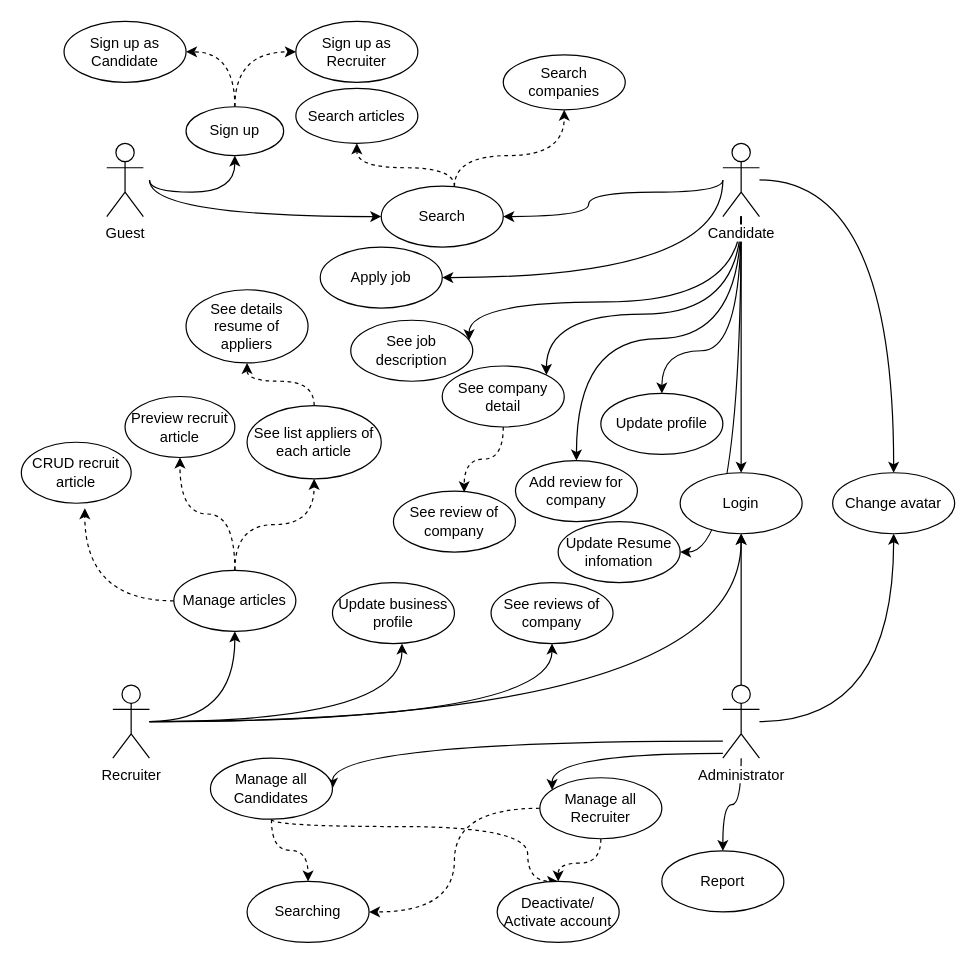
Above: page "Use case diagram" (1 of 7) of Use case Diagram.drawio in vietdqhcmute/DATN (draw.io), before the change. Source tidied: cells renumbered, new cells numbered last; positions are measured from the earlier drawing's top-left corner, leaving out a move shared by most shapes. Both pictures are drawn from the tidied source at 122%, with x=0, y=0 at pixel (21, 21).
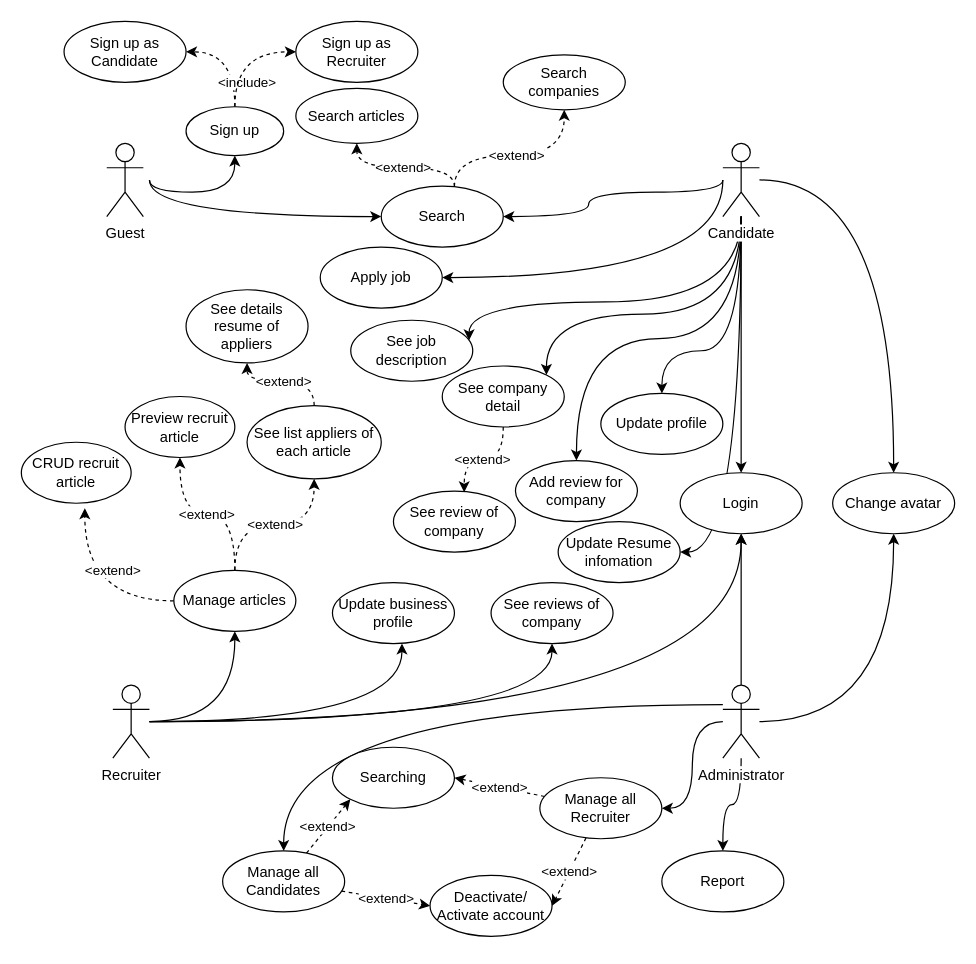
The same diagram, later.

Unchanged cells that the change refers to:
```xml
<mxCell id="20" value="Administrator" style="shape=umlActor;verticalLabelPosition=bottom;labelBackgroundColor=#ffffff;verticalAlign=top;html=1;outlineConnect=0;" parent="1" vertex="1">
  <mxGeometry x="575" y="544" width="30" height="60" as="geometry" />
</mxCell>
<mxCell id="28" value="Sign up" style="ellipse;whiteSpace=wrap;html=1;" parent="1" vertex="1">
  <mxGeometry x="135" y="70" width="80" height="40" as="geometry" />
</mxCell>
<mxCell id="29" value="Sign up as Candidate" style="ellipse;whiteSpace=wrap;html=1;" parent="1" vertex="1">
  <mxGeometry x="35" width="100" height="50" as="geometry" />
</mxCell>
<mxCell id="33" value="Search" style="ellipse;whiteSpace=wrap;html=1;" parent="1" vertex="1">
  <mxGeometry x="295" y="135" width="100" height="50" as="geometry" />
</mxCell>
<mxCell id="34" value="Search articles&lt;br&gt;" style="ellipse;whiteSpace=wrap;html=1;" parent="1" vertex="1">
  <mxGeometry x="225" y="55" width="100" height="45" as="geometry" />
</mxCell>
<mxCell id="35" value="Search companies&lt;br&gt;" style="ellipse;whiteSpace=wrap;html=1;" parent="1" vertex="1">
  <mxGeometry x="395" y="27.5" width="100" height="45" as="geometry" />
</mxCell>
<mxCell id="42" value="Manage all Recruiter" style="ellipse;whiteSpace=wrap;html=1;" parent="1" vertex="1">
  <mxGeometry x="425" y="620" width="100" height="50" as="geometry" />
</mxCell>
<mxCell id="47" value="Manage articles" style="ellipse;whiteSpace=wrap;html=1;" parent="1" vertex="1">
  <mxGeometry x="125" y="450" width="100" height="50" as="geometry" />
</mxCell>
<mxCell id="49" value="CRUD recruit article" style="ellipse;whiteSpace=wrap;html=1;" parent="1" vertex="1">
  <mxGeometry y="345" width="90" height="50" as="geometry" />
</mxCell>
<mxCell id="50" value="Preview recruit article" style="ellipse;whiteSpace=wrap;html=1;" parent="1" vertex="1">
  <mxGeometry x="85" y="307.5" width="90" height="50" as="geometry" />
</mxCell>
<mxCell id="52" value="See list appliers of each article" style="ellipse;whiteSpace=wrap;html=1;" parent="1" vertex="1">
  <mxGeometry x="185" y="315" width="110" height="60" as="geometry" />
</mxCell>
<mxCell id="53" value="See details resume of appliers" style="ellipse;whiteSpace=wrap;html=1;" parent="1" vertex="1">
  <mxGeometry x="135" y="220" width="100" height="60" as="geometry" />
</mxCell>
<mxCell id="57" value="See company detail" style="ellipse;whiteSpace=wrap;html=1;" parent="1" vertex="1">
  <mxGeometry x="345" y="282.5" width="100" height="50" as="geometry" />
</mxCell>
<mxCell id="59" value="See review of company" style="ellipse;whiteSpace=wrap;html=1;" parent="1" vertex="1">
  <mxGeometry x="305" y="385" width="100" height="50" as="geometry" />
</mxCell>
<mxCell id="64" value="Change avatar" style="ellipse;whiteSpace=wrap;html=1;" parent="1" vertex="1">
  <mxGeometry x="665" y="370" width="100" height="50" as="geometry" />
</mxCell>
<mxCell id="65" value="Report" style="ellipse;whiteSpace=wrap;html=1;" parent="1" vertex="1">
  <mxGeometry x="525" y="680" width="100" height="50" as="geometry" />
</mxCell>
```

Diff of the diagram source:
```diff
@@
+    <mxCell id="18" style="edgeStyle=orthogonalEdgeStyle;rounded=0;jettySize=auto;html=1;entryX=0.5;entryY=1;entryDx=0;entryDy=0;curved=1;" parent="1" edge="1" source="20" target="64">
+      <mxGeometry relative="1" as="geometry" />
+    </mxCell>
+    <mxCell id="19" style="edgeStyle=orthogonalEdgeStyle;rounded=0;jettySize=auto;html=1;entryX=0.5;entryY=0;entryDx=0;entryDy=0;curved=1;" parent="1" edge="1" source="20" target="65">
+      <mxGeometry relative="1" as="geometry" />
+    </mxCell>
-    <mxCell id="16" style="edgeStyle=orthogonalEdgeStyle;curved=1;rounded=0;jettySize=auto;html=1;entryX=1;entryY=0.5;entryDx=0;entryDy=0;" parent="1" edge="1" source="20" target="39">
+    <mxCell id="16" style="edgeStyle=orthogonalEdgeStyle;rounded=0;jettySize=auto;html=1;entryX=0.5;entryY=0;entryDx=0;entryDy=0;curved=1;" parent="1" edge="1" source="20" target="39">
       <mxGeometry relative="1" as="geometry">
         <Array as="points">
-          <mxPoint x="255" y="590" />
+          <mxPoint x="215" y="560" />
         </Array>
       </mxGeometry>
     </mxCell>
-    <mxCell id="17" style="edgeStyle=orthogonalEdgeStyle;curved=1;rounded=0;jettySize=auto;html=1;" parent="1" edge="1" source="20" target="42">
-      <mxGeometry relative="1" as="geometry">
-        <Array as="points">
-          <mxPoint x="435" y="600" />
-        </Array>
-      </mxGeometry>
+    <mxCell id="17" style="edgeStyle=orthogonalEdgeStyle;curved=1;rounded=0;jettySize=auto;html=1;entryX=1;entryY=0.5;entryDx=0;entryDy=0;" parent="1" edge="1" source="20" target="42">
+      <mxGeometry relative="1" as="geometry" />
     </mxCell>
-    <mxCell id="18" style="edgeStyle=orthogonalEdgeStyle;rounded=0;jettySize=auto;html=1;entryX=0.5;entryY=1;entryDx=0;entryDy=0;curved=1;" parent="1" edge="1" source="20" target="64">
-      <mxGeometry relative="1" as="geometry" />
-    </mxCell>
-    <mxCell id="19" style="edgeStyle=orthogonalEdgeStyle;rounded=0;jettySize=auto;html=1;entryX=0.5;entryY=0;entryDx=0;entryDy=0;curved=1;" parent="1" edge="1" source="20" target="65">
-      <mxGeometry relative="1" as="geometry" />
-    </mxCell>
@@
-    <mxCell id="26" style="edgeStyle=orthogonalEdgeStyle;rounded=0;jettySize=auto;html=1;entryX=1;entryY=0.5;entryDx=0;entryDy=0;curved=1;dashed=1;" parent="1" edge="1" source="28" target="29">
-      <mxGeometry relative="1" as="geometry" />
+    <mxCell id="26" value="&amp;lt;include&amp;gt;" style="edgeStyle=orthogonalEdgeStyle;rounded=0;jettySize=auto;html=1;entryX=1;entryY=0.5;entryDx=0;entryDy=0;curved=1;dashed=1;" parent="1" edge="1" source="28" target="29">
+      <mxGeometry x="-0.53" y="-10" relative="1" as="geometry" />
     </mxCell>
@@
-    <mxCell id="31" style="edgeStyle=orthogonalEdgeStyle;curved=1;rounded=0;jettySize=auto;html=1;entryX=0.5;entryY=1;entryDx=0;entryDy=0;dashed=1;" parent="1" edge="1" source="33" target="35">
+    <mxCell id="31" value="&amp;lt;extend&amp;gt;" style="edgeStyle=orthogonalEdgeStyle;curved=1;rounded=0;jettySize=auto;html=1;entryX=0.5;entryY=1;entryDx=0;entryDy=0;dashed=1;" parent="1" edge="1" source="33" target="35">
       <mxGeometry relative="1" as="geometry">
         <Array as="points">
           <mxPoint x="355" y="110" />
           <mxPoint x="445" y="110" />
         </Array>
       </mxGeometry>
     </mxCell>
-    <mxCell id="32" style="edgeStyle=orthogonalEdgeStyle;curved=1;rounded=0;jettySize=auto;html=1;entryX=0.5;entryY=1;entryDx=0;entryDy=0;dashed=1;" parent="1" edge="1" source="33" target="34">
+    <mxCell id="32" value="&amp;lt;extend&amp;gt;" style="edgeStyle=orthogonalEdgeStyle;curved=1;rounded=0;jettySize=auto;html=1;entryX=0.5;entryY=1;entryDx=0;entryDy=0;dashed=1;" parent="1" edge="1" source="33" target="34">
       <mxGeometry relative="1" as="geometry">
         <Array as="points">
           <mxPoint x="355" y="120" />
           <mxPoint x="275" y="120" />
         </Array>
       </mxGeometry>
     </mxCell>
@@
+    <mxCell id="38" value="&amp;lt;extend&amp;gt;" style="rounded=0;jettySize=auto;html=1;entryX=0;entryY=0.5;entryDx=0;entryDy=0;dashed=1;" parent="1" edge="1" source="39" target="63">
+      <mxGeometry relative="1" as="geometry" />
+    </mxCell>
-    <mxCell id="37" style="edgeStyle=orthogonalEdgeStyle;curved=1;rounded=0;jettySize=auto;html=1;entryX=0.5;entryY=0;entryDx=0;entryDy=0;dashed=1;" parent="1" edge="1" source="39" target="62">
+    <mxCell id="37" value="&amp;lt;extend&amp;gt;" style="rounded=0;jettySize=auto;html=1;entryX=0;entryY=1;entryDx=0;entryDy=0;dashed=1;" parent="1" edge="1" source="39" target="62">
       <mxGeometry relative="1" as="geometry" />
     </mxCell>
-    <mxCell id="38" style="edgeStyle=orthogonalEdgeStyle;curved=1;rounded=0;jettySize=auto;html=1;entryX=0.5;entryY=0;entryDx=0;entryDy=0;dashed=1;" parent="1" edge="1" source="39" target="63">
-      <mxGeometry relative="1" as="geometry">
-        <Array as="points">
-          <mxPoint x="205" y="660" />
-          <mxPoint x="415" y="660" />
-        </Array>
-      </mxGeometry>
-    </mxCell>
     <mxCell id="39" value="Manage all Candidates" style="ellipse;whiteSpace=wrap;html=1;" parent="1" vertex="1">
-      <mxGeometry x="155" y="604" width="100" height="50" as="geometry" />
+      <mxGeometry x="165" y="680" width="100" height="50" as="geometry" />
     </mxCell>
+    <mxCell id="41" value="&amp;lt;extend&amp;gt;" style="rounded=0;jettySize=auto;html=1;entryX=1;entryY=0.5;entryDx=0;entryDy=0;dashed=1;" parent="1" edge="1" source="42" target="63">
+      <mxGeometry relative="1" as="geometry" />
+    </mxCell>
-    <mxCell id="40" style="edgeStyle=orthogonalEdgeStyle;curved=1;rounded=0;jettySize=auto;html=1;entryX=1;entryY=0.5;entryDx=0;entryDy=0;dashed=1;" parent="1" edge="1" source="42" target="62">
+    <mxCell id="40" value="&amp;lt;extend&amp;gt;" style="rounded=0;jettySize=auto;html=1;entryX=1;entryY=0.5;entryDx=0;entryDy=0;dashed=1;" parent="1" edge="1" source="42" target="62">
       <mxGeometry relative="1" as="geometry" />
     </mxCell>
-    <mxCell id="41" style="edgeStyle=orthogonalEdgeStyle;curved=1;rounded=0;jettySize=auto;html=1;entryX=0.5;entryY=0;entryDx=0;entryDy=0;dashed=1;" parent="1" edge="1" source="42" target="63">
-      <mxGeometry relative="1" as="geometry" />
-    </mxCell>
@@
-    <mxCell id="44" style="edgeStyle=orthogonalEdgeStyle;curved=1;rounded=0;jettySize=auto;html=1;entryX=0.578;entryY=1.08;entryDx=0;entryDy=0;entryPerimeter=0;dashed=1;" parent="1" edge="1" source="47" target="49">
-      <mxGeometry relative="1" as="geometry" />
+    <mxCell id="44" value="&amp;lt;extend&amp;gt;" style="edgeStyle=orthogonalEdgeStyle;curved=1;rounded=0;jettySize=auto;html=1;entryX=0.578;entryY=1.08;entryDx=0;entryDy=0;entryPerimeter=0;dashed=1;" parent="1" edge="1" source="47" target="49">
+      <mxGeometry x="0.32" y="-23" relative="1" as="geometry" />
     </mxCell>
-    <mxCell id="45" style="edgeStyle=orthogonalEdgeStyle;curved=1;rounded=0;jettySize=auto;html=1;entryX=0.5;entryY=1;entryDx=0;entryDy=0;dashed=1;" parent="1" edge="1" source="47" target="50">
+    <mxCell id="45" value="&amp;lt;extend&amp;gt;" style="edgeStyle=orthogonalEdgeStyle;curved=1;rounded=0;jettySize=auto;html=1;entryX=0.5;entryY=1;entryDx=0;entryDy=0;dashed=1;" parent="1" edge="1" source="47" target="50">
       <mxGeometry relative="1" as="geometry" />
     </mxCell>
-    <mxCell id="46" style="edgeStyle=orthogonalEdgeStyle;curved=1;rounded=0;jettySize=auto;html=1;entryX=0.5;entryY=1;entryDx=0;entryDy=0;dashed=1;" parent="1" edge="1" source="47" target="52">
+    <mxCell id="46" value="&amp;lt;extend&amp;gt;" style="edgeStyle=orthogonalEdgeStyle;curved=1;rounded=0;jettySize=auto;html=1;entryX=0.5;entryY=1;entryDx=0;entryDy=0;dashed=1;" parent="1" edge="1" source="47" target="52">
       <mxGeometry relative="1" as="geometry" />
     </mxCell>
@@
-    <mxCell id="51" style="edgeStyle=orthogonalEdgeStyle;curved=1;rounded=0;jettySize=auto;html=1;entryX=0.5;entryY=1;entryDx=0;entryDy=0;dashed=1;" parent="1" edge="1" source="52" target="53">
+    <mxCell id="51" value="&amp;lt;extend&amp;gt;" style="edgeStyle=orthogonalEdgeStyle;curved=1;rounded=0;jettySize=auto;html=1;entryX=0.5;entryY=1;entryDx=0;entryDy=0;dashed=1;" parent="1" edge="1" source="52" target="53">
       <mxGeometry relative="1" as="geometry" />
     </mxCell>
@@
-    <mxCell id="56" style="edgeStyle=orthogonalEdgeStyle;curved=1;rounded=0;jettySize=auto;html=1;dashed=1;entryX=0.58;entryY=0.02;entryDx=0;entryDy=0;entryPerimeter=0;" parent="1" edge="1" source="57" target="59">
+    <mxCell id="56" value="&amp;lt;extend&amp;gt;" style="edgeStyle=orthogonalEdgeStyle;curved=1;rounded=0;jettySize=auto;html=1;dashed=1;entryX=0.58;entryY=0.02;entryDx=0;entryDy=0;entryPerimeter=0;" parent="1" edge="1" source="57" target="59">
       <mxGeometry relative="1" as="geometry" />
     </mxCell>
@@
     <mxCell id="62" value="Searching" style="ellipse;whiteSpace=wrap;html=1;" parent="1" vertex="1">
-      <mxGeometry x="185" y="705" width="100" height="50" as="geometry" />
+      <mxGeometry x="255" y="595" width="100" height="50" as="geometry" />
     </mxCell>
     <mxCell id="63" value="Deactivate/ Activate account" style="ellipse;whiteSpace=wrap;html=1;" parent="1" vertex="1">
-      <mxGeometry x="390" y="705" width="100" height="50" as="geometry" />
+      <mxGeometry x="335" y="700" width="100" height="50" as="geometry" />
     </mxCell>
```
